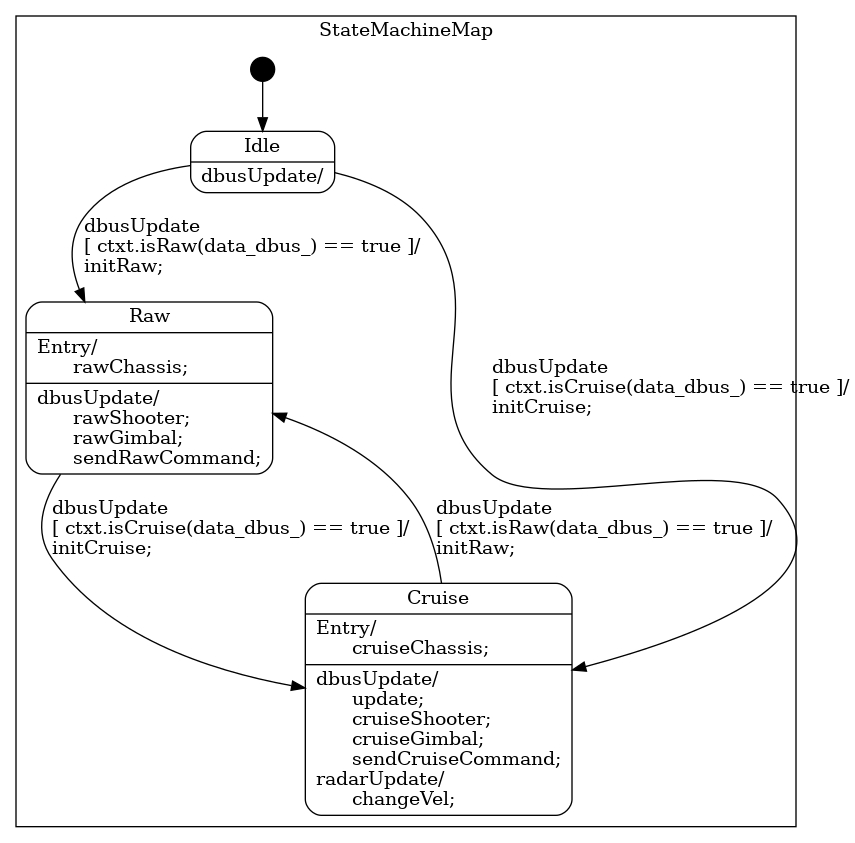
Before: state_machine/StateMachine_sm.png, a diagram exported from Graphviz (rm-controls/rm_fsm). Its source is kept beside it as state_machine/StateMachine_sm.dot.
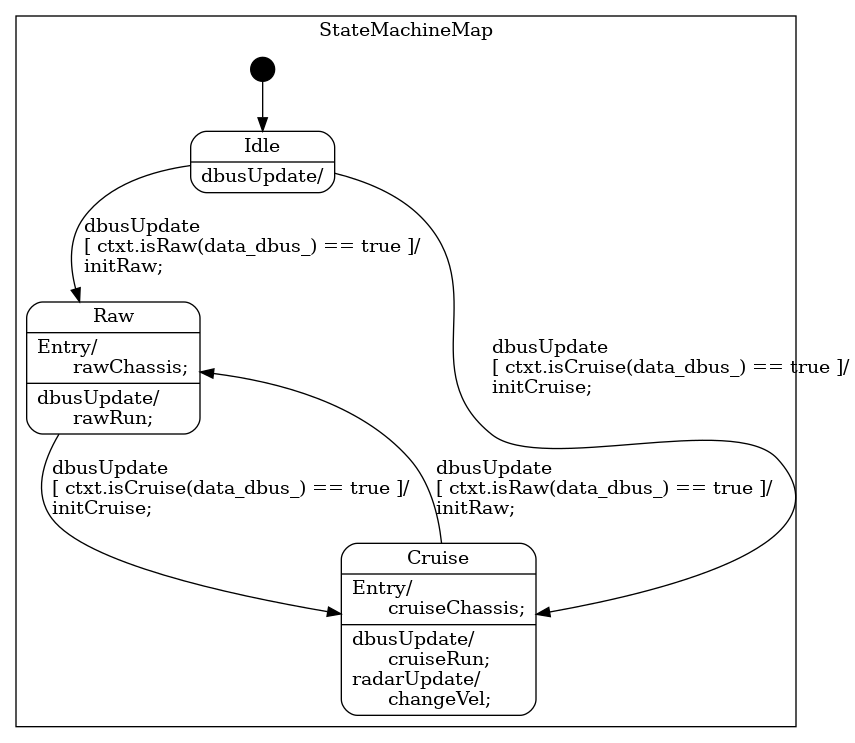
The same file after the commit.

Change to the diagram source:
```diff
@@ -12,10 +12,10 @@
             [label="{Idle|dbusUpdate/\l}"];
 
         "StateMachineMap::Raw"
-            [label="{Raw|Entry/\l&nbsp;&nbsp;&nbsp;rawChassis;\l|dbusUpdate/\l&nbsp;&nbsp;&nbsp;rawShooter;\l&nbsp;&nbsp;&nbsp;rawGimbal;\l&nbsp;&nbsp;&nbsp;sendRawCommand;\l}"];
+            [label="{Raw|Entry/\l&nbsp;&nbsp;&nbsp;rawChassis;\l|dbusUpdate/\l&nbsp;&nbsp;&nbsp;rawRun;\l}"];
 
         "StateMachineMap::Cruise"
-            [label="{Cruise|Entry/\l&nbsp;&nbsp;&nbsp;cruiseChassis;\l|dbusUpdate/\l&nbsp;&nbsp;&nbsp;update;\l&nbsp;&nbsp;&nbsp;cruiseShooter;\l&nbsp;&nbsp;&nbsp;cruiseGimbal;\l&nbsp;&nbsp;&nbsp;sendCruiseCommand;\lradarUpdate/\l&nbsp;&nbsp;&nbsp;changeVel;\l}"];
+            [label="{Cruise|Entry/\l&nbsp;&nbsp;&nbsp;cruiseChassis;\l|dbusUpdate/\l&nbsp;&nbsp;&nbsp;cruiseRun;\lradarUpdate/\l&nbsp;&nbsp;&nbsp;changeVel;\l}"];
 
         "%start"
             [label="" shape=circle style=filled fillcolor=black width=0.25];
```
